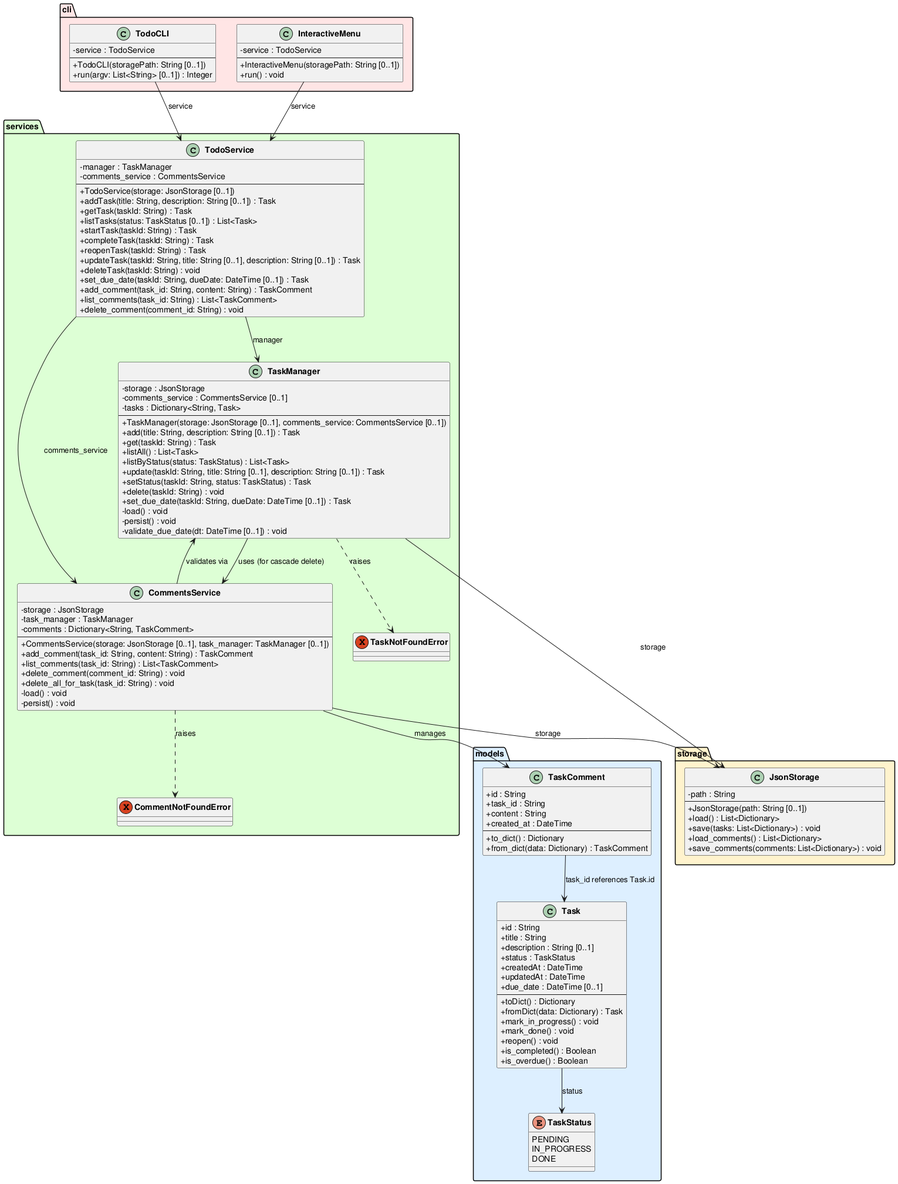
DanielRiha8906/Software_autoevolution_using_agents keeps this PlantUML diagram as experiments/supervisor_as_tools/structured_text/TODO/artifacts/class_diagram.png. Above is the earlier version.
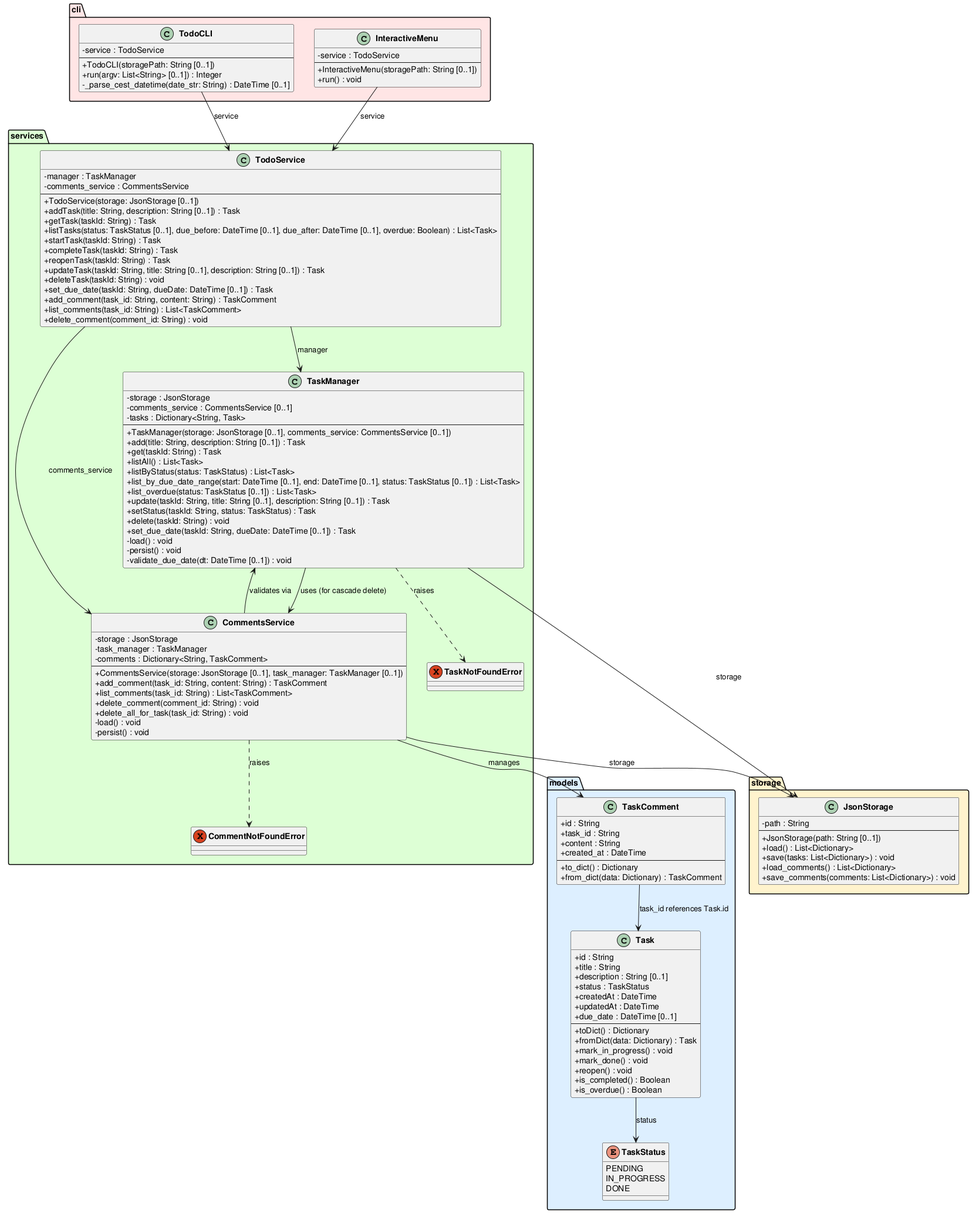
The same diagram one commit later.

What changed in the source:
```diff
@@ -65,6 +65,8 @@
         +get(taskId: String) : Task
         +listAll() : List<Task>
         +listByStatus(status: TaskStatus) : List<Task>
+        +list_by_due_date_range(start: DateTime [0..1], end: DateTime [0..1], status: TaskStatus [0..1]) : List<Task>
+        +list_overdue(status: TaskStatus [0..1]) : List<Task>
         +update(taskId: String, title: String [0..1], description: String [0..1]) : Task
         +setStatus(taskId: String, status: TaskStatus) : Task
         +delete(taskId: String) : void
@@ -95,7 +97,7 @@
         +TodoService(storage: JsonStorage [0..1])
         +addTask(title: String, description: String [0..1]) : Task
         +getTask(taskId: String) : Task
-        +listTasks(status: TaskStatus [0..1]) : List<Task>
+        +listTasks(status: TaskStatus [0..1], due_before: DateTime [0..1], due_after: DateTime [0..1], overdue: Boolean) : List<Task>
         +startTask(taskId: String) : Task
         +completeTask(taskId: String) : Task
         +reopenTask(taskId: String) : Task
@@ -114,6 +116,7 @@
         --
         +TodoCLI(storagePath: String [0..1])
         +run(argv: List<String> [0..1]) : Integer
+        -_parse_cest_datetime(date_str: String) : DateTime [0..1]
     }
 
     class InteractiveMenu {
```
